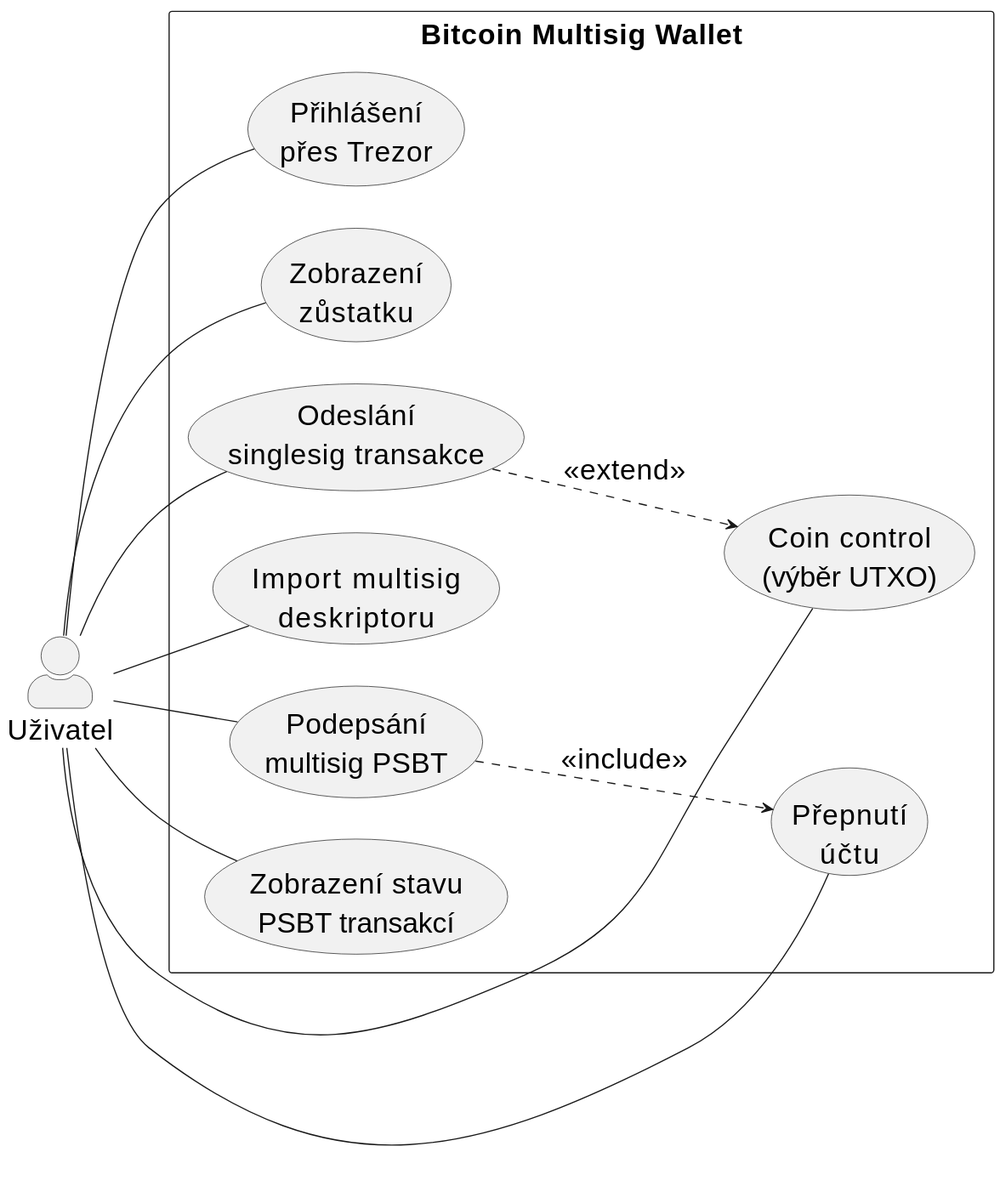
Majny/bitcoin-multisig-wallet keeps this PlantUML diagram as DOCS/thesis/img/use-case.svg. Above is the earlier version.
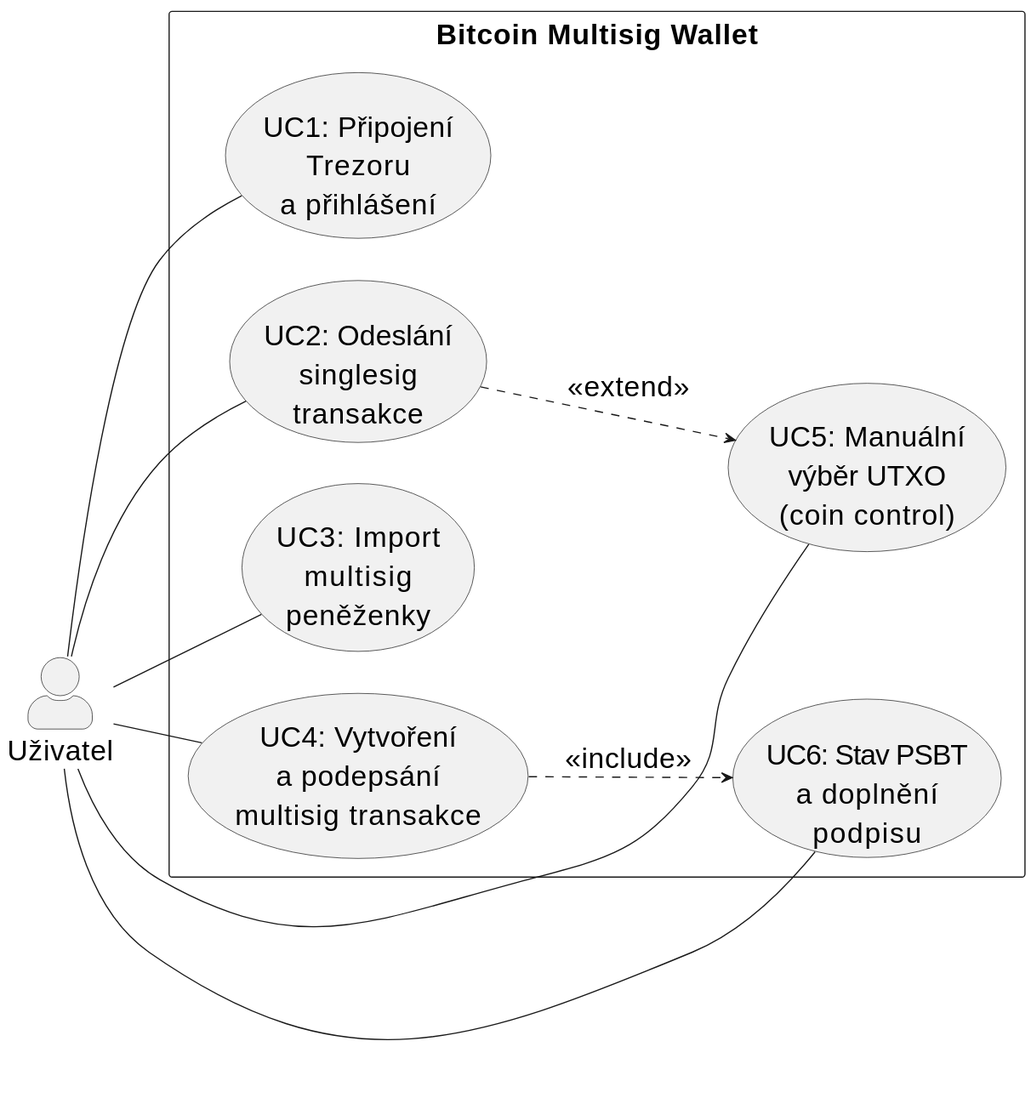
Later version of the same file.

Diff of the diagram source:
```diff
@@ -9,14 +9,12 @@
 actor "Uživatel" as user
 
 rectangle "Bitcoin Multisig Wallet" {
-  usecase "Přihlášení\npřes Trezor" as UC1
-  usecase "Zobrazení\nzůstatku" as UC2
-  usecase "Odeslání\nsinglesig transakce" as UC3
-  usecase "Import multisig\ndeskriptoru" as UC4
-  usecase "Podepsání\nmultisig PSBT" as UC5
-  usecase "Coin control\n(výběr UTXO)" as UC6
-  usecase "Zobrazení stavu\nPSBT transakcí" as UC7
-  usecase "Přepnutí\núčtu" as UC8
+  usecase "UC1: Připojení\nTrezoru\na přihlášení" as UC1
+  usecase "UC2: Odeslání\nsinglesig\ntransakce" as UC2
+  usecase "UC3: Import\nmultisig\npeněženky" as UC3
+  usecase "UC4: Vytvoření\na podepsání\nmultisig transakce" as UC4
+  usecase "UC5: Manuální\nvýběr UTXO\n(coin control)" as UC5
+  usecase "UC6: Stav PSBT\na doplnění\npodpisu" as UC6
 }
 
 user -- UC1
@@ -25,9 +23,7 @@
 user -- UC4
 user -- UC5
 user -- UC6
-user -- UC7
-user -- UC8
 
-UC3 ..> UC6 : <<extend>>
-UC5 ..> UC8 : <<include>>
+UC2 ..> UC5 : <<extend>>
+UC4 ..> UC6 : <<include>>
 @enduml
```
